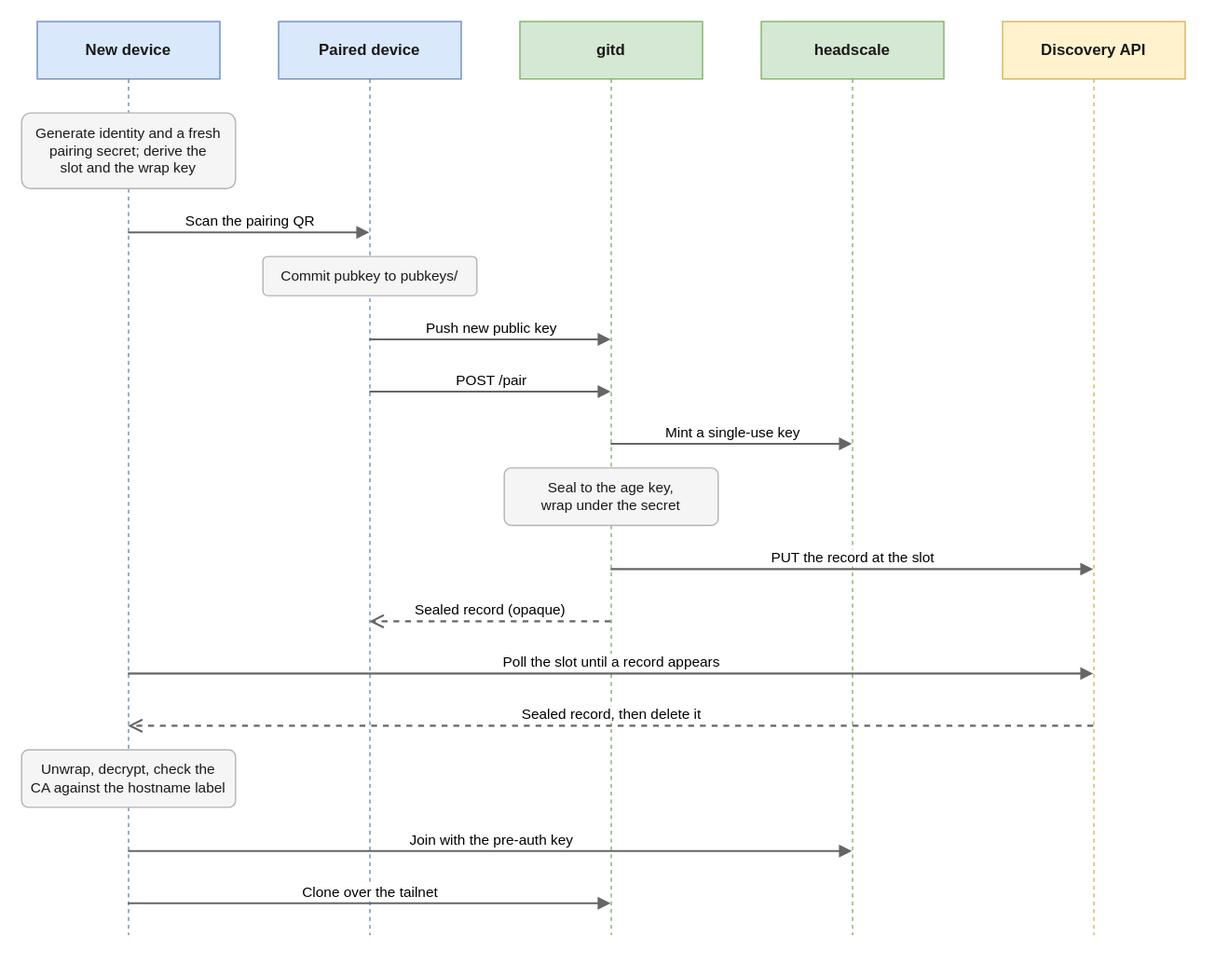
Earlier version of the draw.io export docs/docs/gitdb/device-onboarding/tailnet-pairing.drawio.svg (mr-andreas/replycant). Source tidied: cells renumbered, new cells last; positions are measured from the earlier drawing's top-left corner, leaving out a move shared by most shapes.
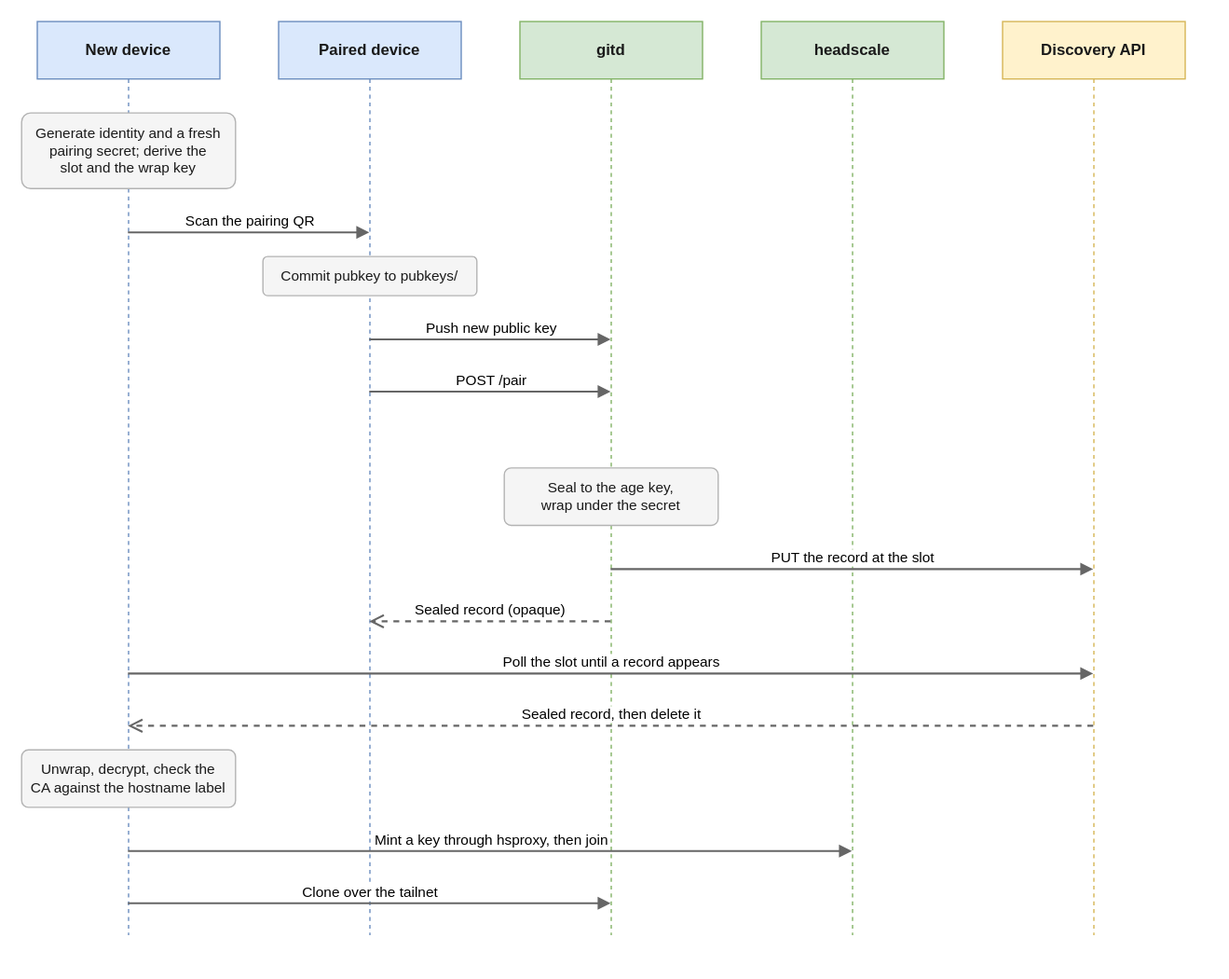
After the change.

What changed in the source:
```diff
@@ -41,12 +41,6 @@
         <mxPoint x="452" y="284" as="targetPoint" />
       </mxGeometry>
     </mxCell>
-    <mxCell id="12" value="Mint a single-use key" style="html=1;verticalAlign=bottom;fontSize=11;labelBackgroundColor=default;strokeColor=#666666;strokeWidth=1.5;endArrow=block;endFill=1;" parent="1" edge="1">
-      <mxGeometry relative="1" as="geometry">
-        <mxPoint x="452" y="324" as="sourcePoint" />
-        <mxPoint x="637" y="324" as="targetPoint" />
-      </mxGeometry>
-    </mxCell>
     <mxCell id="13" value="Seal to the age key,&lt;br&gt;wrap under the secret" style="rounded=1;arcSize=12;whiteSpace=wrap;html=1;fillColor=#f5f5f5;strokeColor=#b3b3b3;fontColor=#1a1a1a;fontSize=11;" parent="1" vertex="1">
       <mxGeometry x="370" y="342" width="164" height="44" as="geometry" />
     </mxCell>
@@ -77,7 +71,7 @@
     <mxCell id="18" value="Unwrap, decrypt, check the&lt;br&gt;CA against the hostname label" style="rounded=1;arcSize=12;whiteSpace=wrap;html=1;fillColor=#f5f5f5;strokeColor=#b3b3b3;fontColor=#1a1a1a;fontSize=11;" parent="1" vertex="1">
       <mxGeometry y="558" width="164" height="44" as="geometry" />
     </mxCell>
-    <mxCell id="19" value="Join with the pre-auth key" style="html=1;verticalAlign=bottom;fontSize=11;labelBackgroundColor=default;strokeColor=#666666;strokeWidth=1.5;endArrow=block;endFill=1;" parent="1" edge="1">
+    <mxCell id="19" value="Mint a key through hsproxy, then join" style="html=1;verticalAlign=bottom;fontSize=11;labelBackgroundColor=default;strokeColor=#666666;strokeWidth=1.5;endArrow=block;endFill=1;" parent="1" edge="1">
       <mxGeometry relative="1" as="geometry">
         <mxPoint x="82" y="636" as="sourcePoint" />
         <mxPoint x="637" y="636" as="targetPoint" />
```
